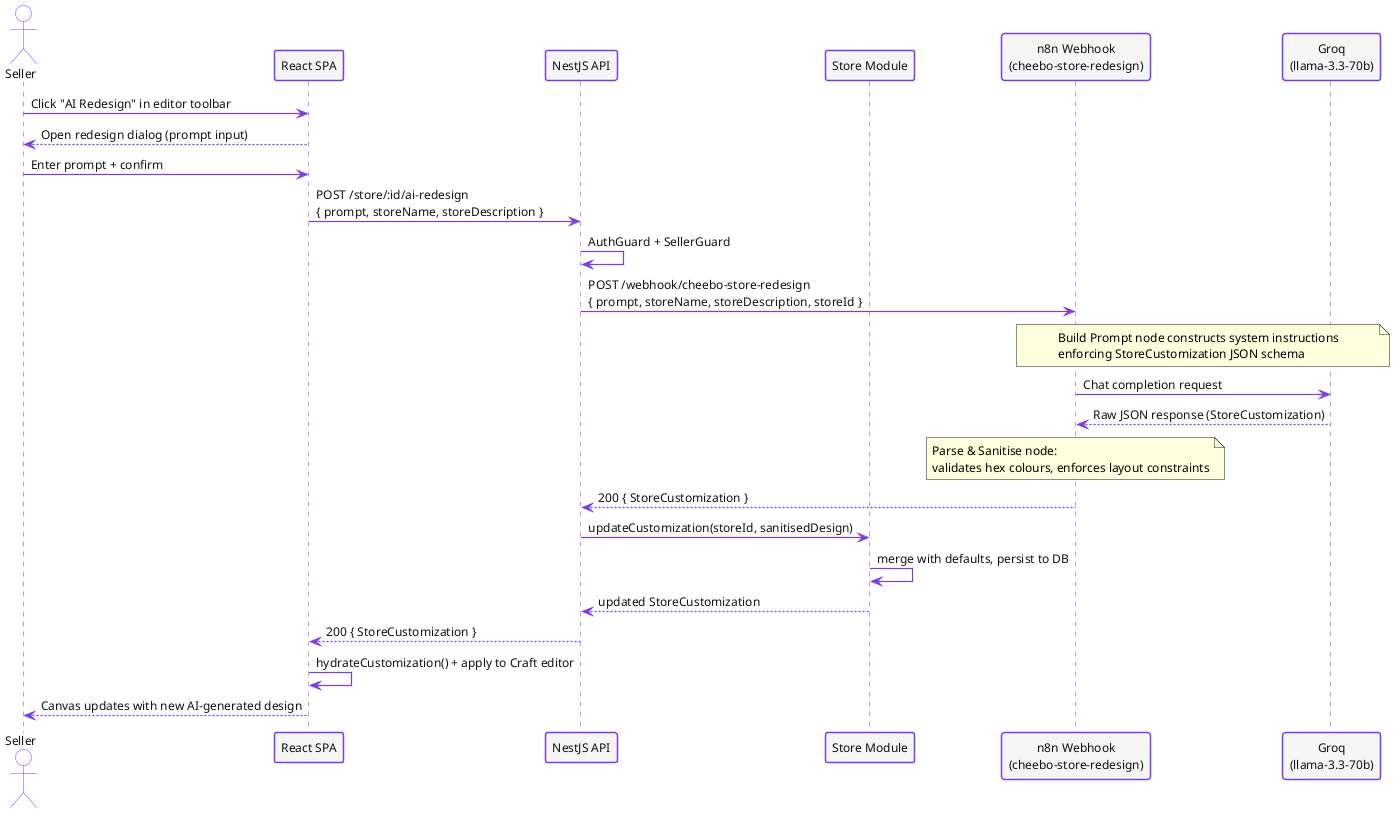
Before: diagrams/seq-ai-redesign.png, a diagram exported from PlantUML (NadimJebali/Pfe-rapport).
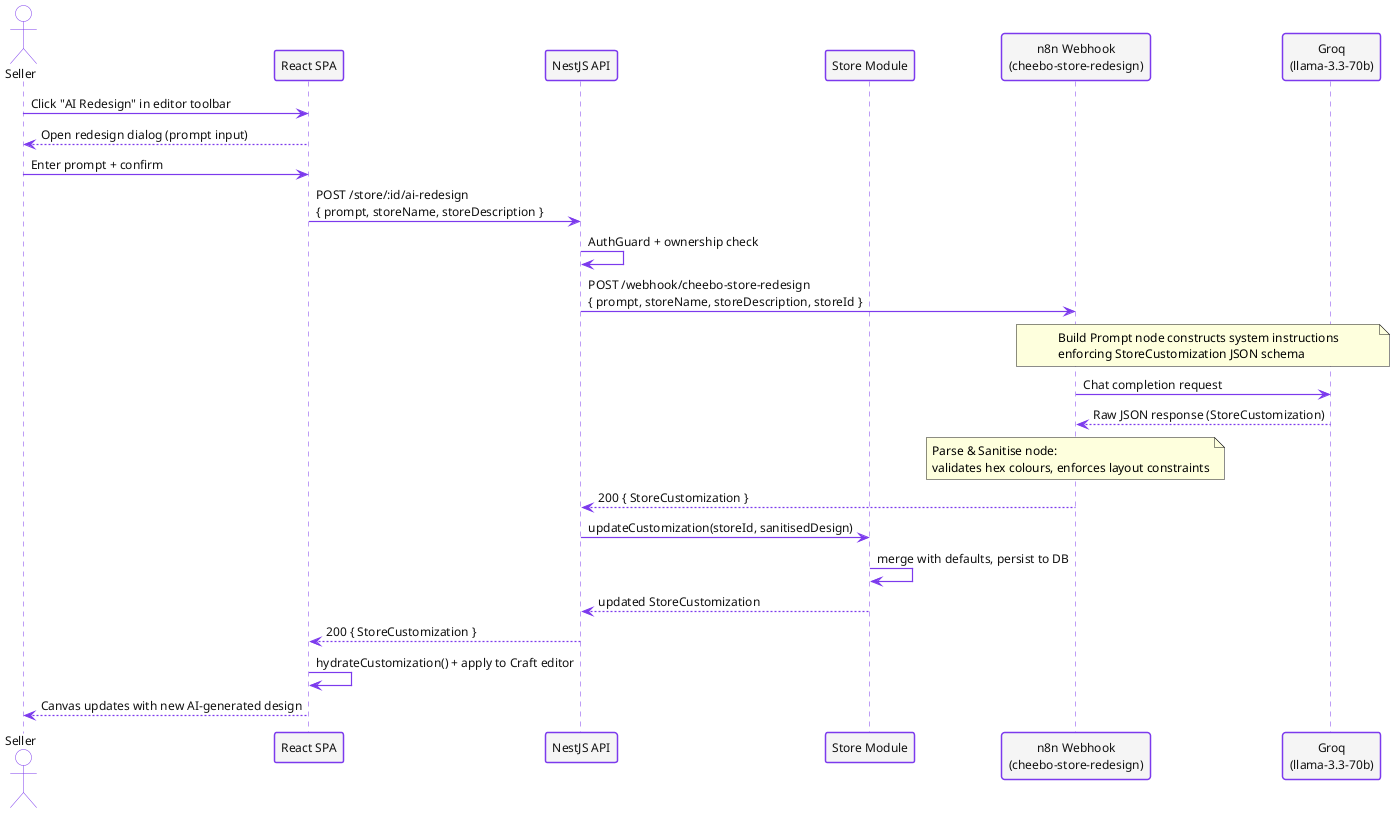
Later version of the same file.

What changed in the source:
```diff
@@ -33,7 +33,7 @@
 FE --> S : Open redesign dialog (prompt input)
 S  -> FE : Enter prompt + confirm
 FE -> BE : POST /store/:id/ai-redesign\n{ prompt, storeName, storeDescription }
-BE -> BE : AuthGuard + SellerGuard
+BE -> BE : AuthGuard + ownership check
 BE -> N8N : POST /webhook/cheebo-store-redesign\n{ prompt, storeName, storeDescription, storeId }
 
 note over N8N, LLM
```
